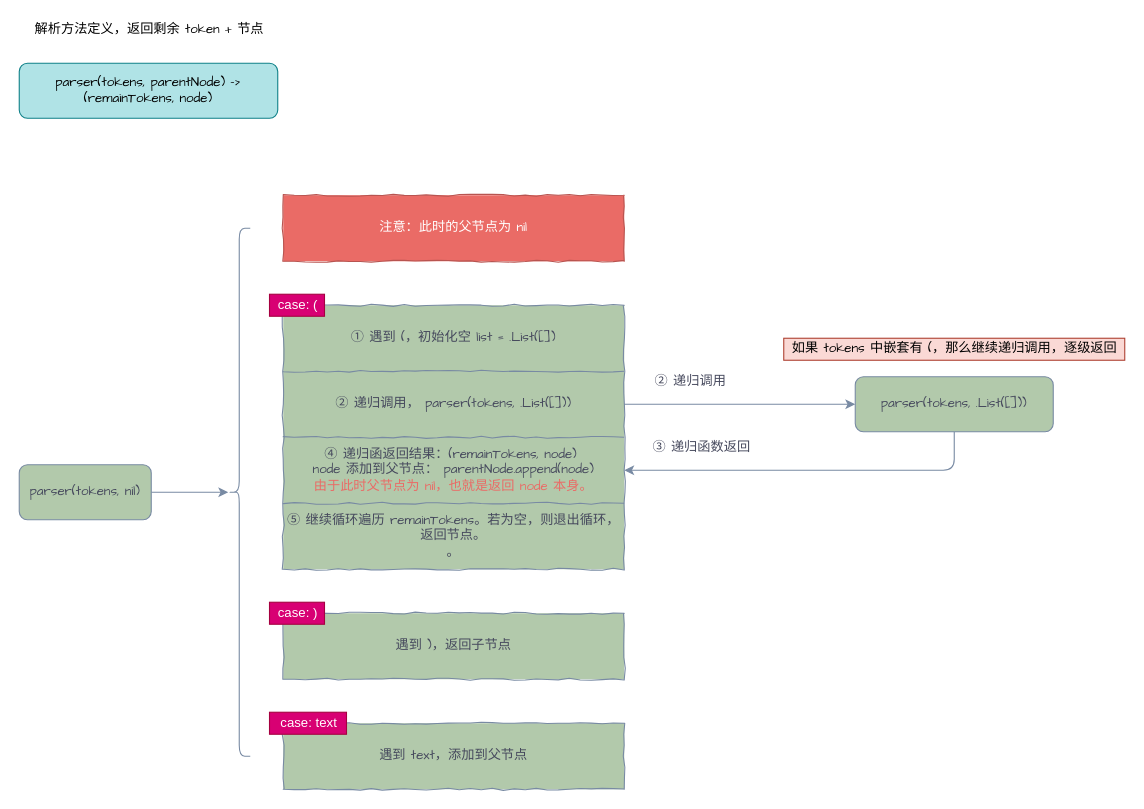
Before: page "parser" (3 of 15) of lisp.drawio in silan-liu/drawio, a draw.io diagram. Source tidied: cells renumbered, new cells numbered last; positions are measured from the earlier drawing's top-left corner, leaving out a move shared by most shapes. Both pictures are drawn from the tidied source at 110%, with x=0, y=0 at pixel (19, 19).
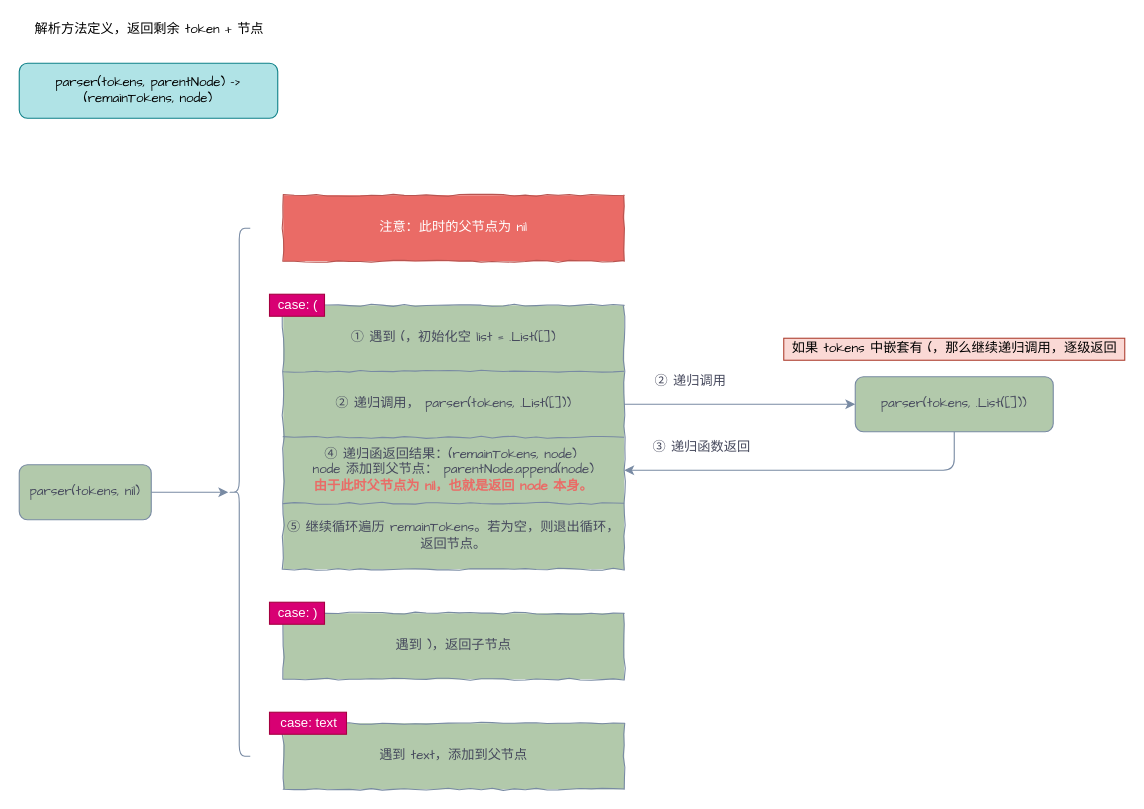
After the change.

The change refers to these unchanged cells:
```xml
<mxCell id="7" style="shape=partialRectangle;html=1;whiteSpace=wrap;fillColor=none;top=0;left=0;bottom=0;right=0;points=[[0,0.5],[1,0.5]];portConstraint=eastwest;strokeColor=#788AA3;fontColor=#46495D;fontFamily=Comic Sans MS;align=center;" parent="2" vertex="1">
  <mxGeometry y="120" width="310" height="60" as="geometry" />
</mxCell>
<mxCell id="9" style="shape=partialRectangle;html=1;whiteSpace=wrap;fillColor=none;top=0;left=0;bottom=0;right=0;strokeColor=#788AA3;fontColor=#46495D;fontFamily=Comic Sans MS;align=center;" parent="2" vertex="1">
  <mxGeometry y="180" width="310" height="60" as="geometry" />
</mxCell>
```

The edit, as a diff of the source:
```diff
@@
-    <mxCell id="8" value="④ 递归函返回结果：(remainTokens,&amp;nbsp;node)&amp;nbsp;&lt;br&gt;node 添加到父节点： parentNode.append(node)&lt;br&gt;&lt;font color=&quot;#ea6b66&quot;&gt;由于此时父节点为 nil，也就是返回 node 本身。&lt;/font&gt;" style="shape=partialRectangle;html=1;whiteSpace=wrap;overflow=hidden;fillColor=none;top=0;left=0;bottom=0;right=0;strokeColor=#788AA3;fontColor=#46495D;fontFamily=Comic Sans MS;align=center;" parent="7" vertex="1">
+    <mxCell id="8" value="④ 递归函返回结果：(remainTokens,&amp;nbsp;node)&amp;nbsp;&lt;br&gt;node 添加到父节点： parentNode.append(node)&lt;br&gt;&lt;b&gt;&lt;font color=&quot;#ea6b66&quot;&gt;由于此时父节点为 nil，也就是返回 node 本身。&lt;/font&gt;&lt;/b&gt;" style="shape=partialRectangle;html=1;whiteSpace=wrap;overflow=hidden;fillColor=none;top=0;left=0;bottom=0;right=0;strokeColor=#788AA3;fontColor=#46495D;fontFamily=Comic Sans MS;align=center;" parent="7" vertex="1">
       <mxGeometry width="310" height="60" as="geometry" />
     </mxCell>
@@
-    <mxCell id="10" value="⑤ 继续循环遍历&amp;nbsp;&lt;span&gt;remainTokens。若为空，则退出循环，返回节点。&lt;/span&gt;&lt;span&gt;&lt;br&gt;。&lt;/span&gt;" style="shape=partialRectangle;html=1;whiteSpace=wrap;overflow=hidden;fillColor=none;top=0;left=0;bottom=0;right=0;strokeColor=#788AA3;fontColor=#46495D;fontFamily=Comic Sans MS;align=center;" parent="9" vertex="1">
+    <mxCell id="10" value="⑤ 继续循环遍历&amp;nbsp;&lt;span&gt;remainTokens。若为空，则退出循环，返回节点。&lt;/span&gt;&lt;span&gt;&lt;br&gt;&lt;/span&gt;" style="shape=partialRectangle;html=1;whiteSpace=wrap;overflow=hidden;fillColor=none;top=0;left=0;bottom=0;right=0;strokeColor=#788AA3;fontColor=#46495D;fontFamily=Comic Sans MS;align=center;" parent="9" vertex="1">
       <mxGeometry width="310" height="60" as="geometry" />
     </mxCell>
```
